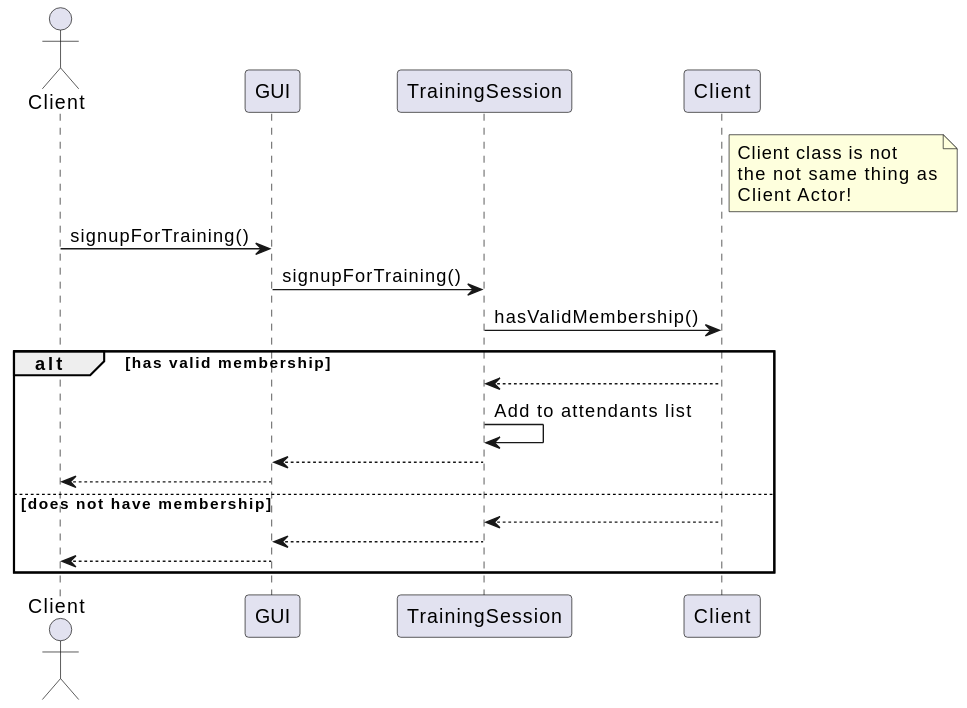
This is sprawozdanie/img/signupForTraining.svg from filip-stepien/software-engineering-lab, a PlantUML export, as it was before one commit. Source of this version:
```plantuml
@startuml
actor Client as Clienta
participant GUI
participant TrainingSession
participant Client as Client

note right of Client
    Client class is not
    the not same thing as
    Client Actor!
end note


Clienta -> GUI: signupForTraining()
GUI -> TrainingSession: signupForTraining()
TrainingSession -> Client: hasValidMembership()

alt has valid membership
    Client --> TrainingSession
    TrainingSession -> TrainingSession: Add to attendants list
    TrainingSession --> GUI
    GUI --> Clienta
else does not have membership
    Client --> TrainingSession
    TrainingSession --> GUI
    GUI --> Clienta
end
@enduml
```
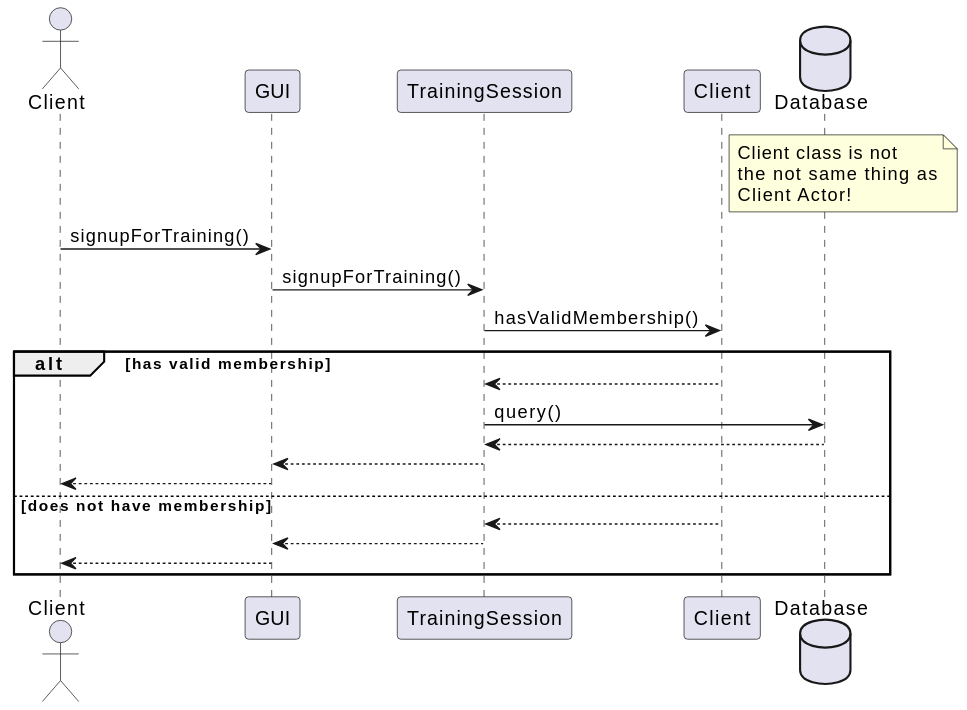
After the change.

The edit, as a diff of the source:
```diff
@@ -3,6 +3,7 @@
 participant GUI
 participant TrainingSession
 participant Client as Client
+database Database as db
 
 note right of Client
     Client class is not
@@ -17,7 +18,8 @@
 
 alt has valid membership
     Client --> TrainingSession
-    TrainingSession -> TrainingSession: Add to attendants list
+    TrainingSession -> db: query()
+    db --> TrainingSession
     TrainingSession --> GUI
     GUI --> Clienta
 else does not have membership
```
